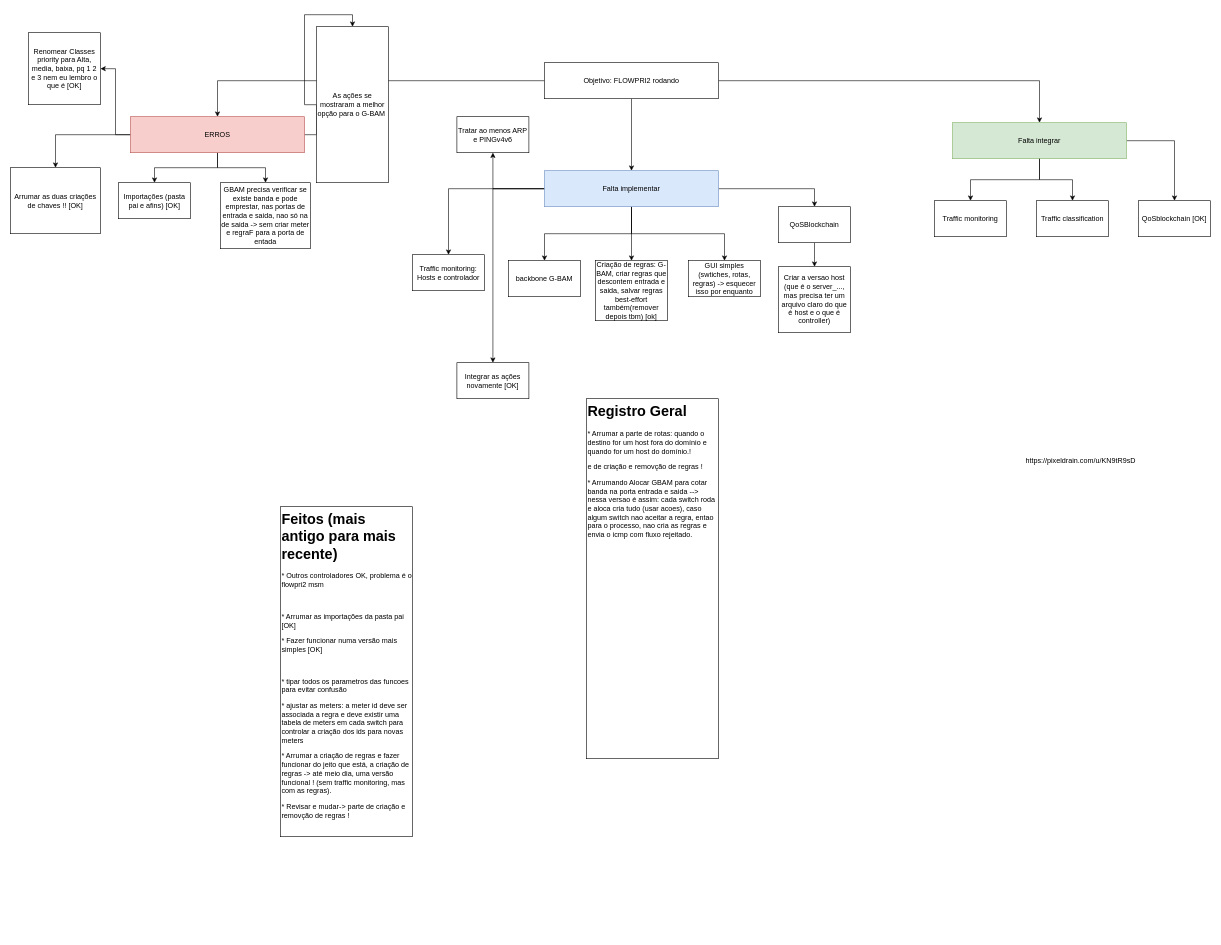
NiltonMocelin/FLOWPRI-SDN2 keeps this draw.io diagram as page "Implementacao" (1 of 5) of planejamento_diario.drawio. Above is the earlier version. Source tidied: cells renumbered, new cells numbered last; positions are measured from the earlier drawing's top-left corner, leaving out a move shared by most shapes. Both pictures are drawn from the tidied source at 60%, with x=0, y=0 at pixel (10, 26).
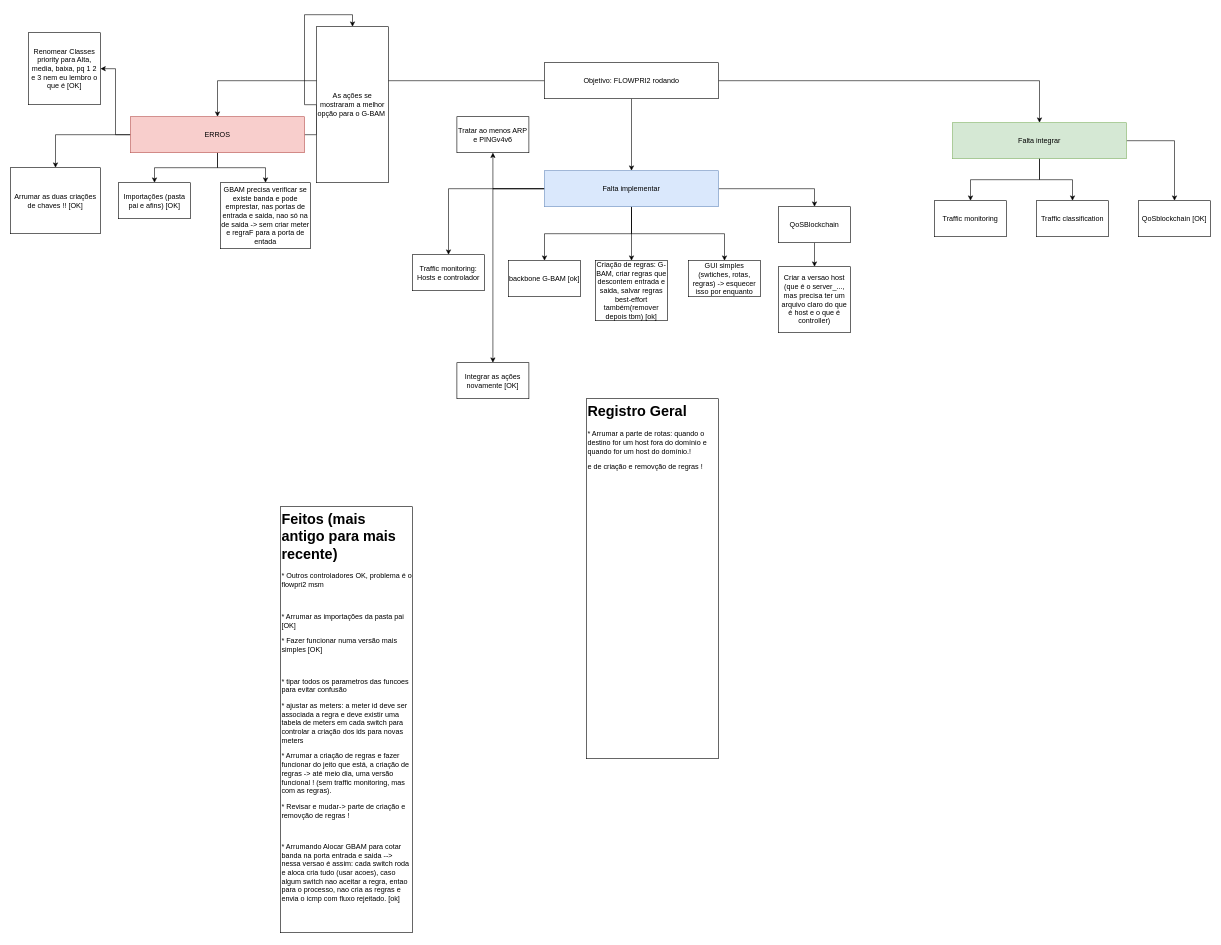
The same diagram, later.

What changed in the source:
```diff
@@
-    <mxCell id="30" value="&lt;h1 style=&quot;margin-top: 0px;&quot;&gt;Registro Geral&lt;/h1&gt;&lt;p&gt;&lt;span style=&quot;background-color: transparent; color: light-dark(rgb(0, 0, 0), rgb(255, 255, 255));&quot;&gt;* Arrumar a parte de rotas: quando o destino for um host fora do domínio e quando for um host do domínio.!&lt;/span&gt;&lt;br&gt;&lt;/p&gt;&lt;p&gt;&lt;span style=&quot;background-color: transparent; color: light-dark(rgb(0, 0, 0), rgb(255, 255, 255));&quot;&gt;e de criação e removção de regras !&amp;nbsp;&lt;/span&gt;&lt;br&gt;&lt;/p&gt;&lt;p&gt;&lt;span style=&quot;background-color: transparent; color: light-dark(rgb(0, 0, 0), rgb(255, 255, 255));&quot;&gt;* Arrumando Alocar GBAM para cotar banda na porta entrada e saida --&amp;gt; nessa versao é assim: cada switch roda e aloca cria tudo (usar acoes), caso algum switch nao aceitar a regra, entao para o processo, nao cria as regras e envia o icmp com fluxo rejeitado.&lt;/span&gt;&lt;/p&gt;" style="text;html=1;whiteSpace=wrap;overflow=hidden;rounded=0;strokeColor=default;" parent="1" vertex="1">
+    <mxCell id="30" value="&lt;h1 style=&quot;margin-top: 0px;&quot;&gt;Registro Geral&lt;/h1&gt;&lt;p&gt;&lt;span style=&quot;background-color: transparent; color: light-dark(rgb(0, 0, 0), rgb(255, 255, 255));&quot;&gt;* Arrumar a parte de rotas: quando o destino for um host fora do domínio e quando for um host do domínio.!&lt;/span&gt;&lt;br&gt;&lt;/p&gt;&lt;p&gt;&lt;span style=&quot;background-color: transparent; color: light-dark(rgb(0, 0, 0), rgb(255, 255, 255));&quot;&gt;e de criação e removção de regras !&amp;nbsp;&lt;/span&gt;&lt;br&gt;&lt;/p&gt;&lt;p&gt;&lt;br&gt;&lt;/p&gt;" style="text;html=1;whiteSpace=wrap;overflow=hidden;rounded=0;strokeColor=default;" parent="1" vertex="1">
       <mxGeometry x="960" y="620" width="220" height="600" as="geometry" />
     </mxCell>
@@
-    <mxCell id="32" value="backbone G-BAM" style="rounded=0;whiteSpace=wrap;html=1;" parent="1" vertex="1">
+    <mxCell id="32" value="backbone G-BAM [ok]" style="rounded=0;whiteSpace=wrap;html=1;" parent="1" vertex="1">
       <mxGeometry x="830" y="390" width="120" height="60" as="geometry" />
     </mxCell>
@@
-    <mxCell id="38" value="&lt;h1 style=&quot;margin-top: 0px;&quot;&gt;Feitos (mais antigo para mais recente)&lt;/h1&gt;&lt;p&gt;* Outros controladores OK, problema é o flowpri2 msm&lt;/p&gt;&lt;p&gt;&lt;br&gt;&lt;/p&gt;&lt;p&gt;* Arrumar as importações da pasta pai [OK]&lt;/p&gt;&lt;p&gt;* Fazer funcionar numa versão mais simples&amp;nbsp;&lt;span style=&quot;background-color: transparent; color: light-dark(rgb(0, 0, 0), rgb(255, 255, 255));&quot;&gt;[OK]&lt;/span&gt;&lt;/p&gt;&lt;p&gt;&lt;span style=&quot;background-color: transparent; color: light-dark(rgb(0, 0, 0), rgb(255, 255, 255));&quot;&gt;&lt;br&gt;&lt;/span&gt;&lt;/p&gt;&lt;p&gt;&lt;span style=&quot;background-color: transparent; color: light-dark(rgb(0, 0, 0), rgb(255, 255, 255));&quot;&gt;* tipar todos os parametros das funcoes para evitar confusão&lt;/span&gt;&lt;/p&gt;&lt;p&gt;&lt;span style=&quot;background-color: transparent; color: light-dark(rgb(0, 0, 0), rgb(255, 255, 255));&quot;&gt;* ajustar as meters: a meter id deve ser associada a regra e deve existir uma tabela de meters em cada switch para controlar a criação dos ids para novas meters&lt;/span&gt;&lt;br&gt;&lt;/p&gt;&lt;p&gt;&lt;span style=&quot;background-color: transparent; color: light-dark(rgb(0, 0, 0), rgb(255, 255, 255));&quot;&gt;* Arrumar a criação de regras e fazer funcionar do jeito que está, a criação de regras -&amp;gt; até meio dia, uma versão funcional ! (sem traffic monitoring, mas com as regras).&lt;/span&gt;&lt;br&gt;&lt;/p&gt;&lt;p&gt;&lt;span style=&quot;background-color: transparent; color: light-dark(rgb(0, 0, 0), rgb(255, 255, 255));&quot;&gt;* Revisar e mudar-&amp;gt; parte de criação e removção de regras !&amp;nbsp;&lt;/span&gt;&lt;/p&gt;" style="text;html=1;whiteSpace=wrap;overflow=hidden;rounded=0;strokeColor=default;" parent="1" vertex="1">
-      <mxGeometry x="450" y="800" width="220" height="550" as="geometry" />
+    <mxCell id="38" value="&lt;h1 style=&quot;margin-top: 0px;&quot;&gt;Feitos (mais antigo para mais recente)&lt;/h1&gt;&lt;p&gt;* Outros controladores OK, problema é o flowpri2 msm&lt;/p&gt;&lt;p&gt;&lt;br&gt;&lt;/p&gt;&lt;p&gt;* Arrumar as importações da pasta pai [OK]&lt;/p&gt;&lt;p&gt;* Fazer funcionar numa versão mais simples&amp;nbsp;&lt;span style=&quot;background-color: transparent; color: light-dark(rgb(0, 0, 0), rgb(255, 255, 255));&quot;&gt;[OK]&lt;/span&gt;&lt;/p&gt;&lt;p&gt;&lt;span style=&quot;background-color: transparent; color: light-dark(rgb(0, 0, 0), rgb(255, 255, 255));&quot;&gt;&lt;br&gt;&lt;/span&gt;&lt;/p&gt;&lt;p&gt;&lt;span style=&quot;background-color: transparent; color: light-dark(rgb(0, 0, 0), rgb(255, 255, 255));&quot;&gt;* tipar todos os parametros das funcoes para evitar confusão&lt;/span&gt;&lt;/p&gt;&lt;p&gt;&lt;span style=&quot;background-color: transparent; color: light-dark(rgb(0, 0, 0), rgb(255, 255, 255));&quot;&gt;* ajustar as meters: a meter id deve ser associada a regra e deve existir uma tabela de meters em cada switch para controlar a criação dos ids para novas meters&lt;/span&gt;&lt;br&gt;&lt;/p&gt;&lt;p&gt;&lt;span style=&quot;background-color: transparent; color: light-dark(rgb(0, 0, 0), rgb(255, 255, 255));&quot;&gt;* Arrumar a criação de regras e fazer funcionar do jeito que está, a criação de regras -&amp;gt; até meio dia, uma versão funcional ! (sem traffic monitoring, mas com as regras).&lt;/span&gt;&lt;br&gt;&lt;/p&gt;&lt;p&gt;&lt;span style=&quot;background-color: transparent; color: light-dark(rgb(0, 0, 0), rgb(255, 255, 255));&quot;&gt;* Revisar e mudar-&amp;gt; parte de criação e removção de regras !&amp;nbsp;&lt;/span&gt;&lt;/p&gt;&lt;p&gt;&lt;span style=&quot;background-color: transparent; color: light-dark(rgb(0, 0, 0), rgb(255, 255, 255));&quot;&gt;&lt;br&gt;&lt;/span&gt;&lt;/p&gt;&lt;p&gt;* Arrumando Alocar GBAM para cotar banda na porta entrada e saida --&amp;gt; nessa versao é assim: cada switch roda e aloca cria tudo (usar acoes), caso algum switch nao aceitar a regra, entao para o processo, nao cria as regras e envia o icmp com fluxo rejeitado. [ok]&lt;span style=&quot;background-color: transparent; color: light-dark(rgb(0, 0, 0), rgb(255, 255, 255));&quot;&gt;&lt;/span&gt;&lt;/p&gt;" style="text;html=1;whiteSpace=wrap;overflow=hidden;rounded=0;strokeColor=default;" parent="1" vertex="1">
+      <mxGeometry x="450" y="800" width="220" height="710" as="geometry" />
     </mxCell>
@@
-    <mxCell id="43" value="https://pixeldrain.com/u/KN9tR9sD" style="text;whiteSpace=wrap;" parent="1" vertex="1">
-      <mxGeometry x="1690" y="710" width="220" height="40" as="geometry" />
-    </mxCell>
```
